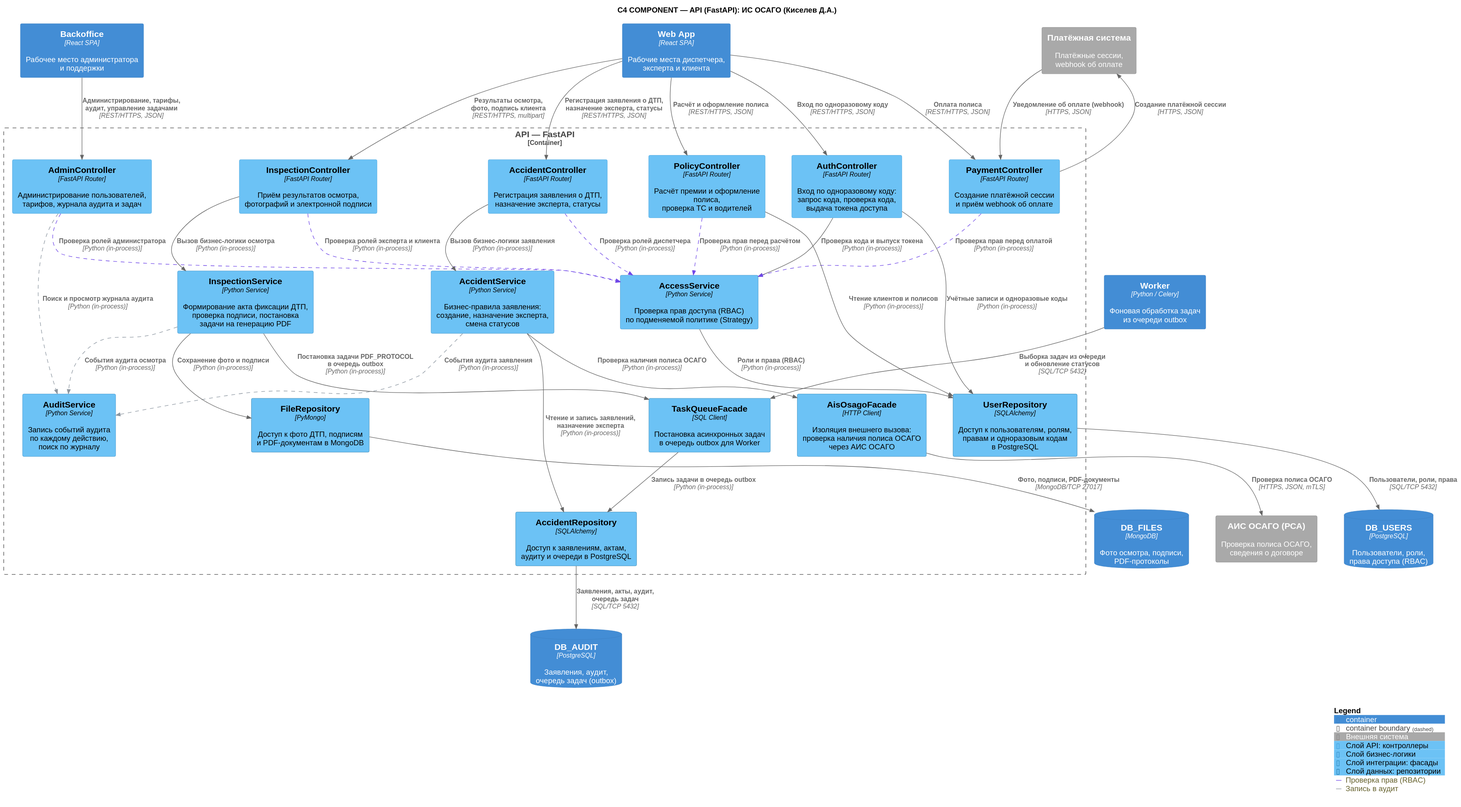
ElectricLight-ELO/Insurance-system keeps this PlantUML diagram as architecture/docs/images/kiselev_api/L3_component.svg. Above is the earlier version. The source it was exported from:
```plantuml
@startuml
!include ../core/C4_Component.puml

title C4 COMPONENT — API (FastAPI): ИС ОСАГО (Киселев Д.А.)

Container(web_app, "Web App", "React SPA", "Рабочие места диспетчера,\nэксперта и клиента")
Container(backoffice, "Backoffice", "React SPA", "Рабочее место администратора\nи поддержки")
Container(worker, "Worker", "Python / Celery", "Фоновая обработка задач\nиз очереди outbox")

Container_Boundary(api, "API — FastAPI") {

    Component(auth_comp, "AuthController", "FastAPI Router", "Вход по одноразовому коду:\nзапрос кода, проверка кода,\nвыдача токена доступа", $tags="layer_api")
    Component(access_comp, "AccessService", "Python Service", "Проверка прав доступа (RBAC)\nпо подменяемой политике (Strategy)", $tags="layer_service")
    Component(policy_comp, "PolicyController", "FastAPI Router", "Расчёт премии и оформление полиса,\nпроверка ТС и водителей", $tags="layer_api")
    Component(payment_comp, "PaymentController", "FastAPI Router", "Создание платёжной сессии\nи приём webhook об оплате", $tags="layer_api")
    Component(accident_comp, "AccidentController", "FastAPI Router", "Регистрация заявления о ДТП,\nназначение эксперта, статусы", $tags="layer_api")
    Component(inspection_comp, "InspectionController", "FastAPI Router", "Приём результатов осмотра,\nфотографий и электронной подписи", $tags="layer_api")
    Component(admin_comp, "AdminController", "FastAPI Router", "Администрирование пользователей,\nтарифов, журнала аудита и задач", $tags="layer_api")

    Component(claim_service, "AccidentService", "Python Service", "Бизнес-правила заявления:\nсоздание, назначение эксперта,\nсмена статусов", $tags="layer_service")
    Component(inspection_service, "InspectionService", "Python Service", "Формирование акта фиксации ДТП,\nпроверка подписи, постановка\nзадачи на генерацию PDF", $tags="layer_service")
    Component(audit_comp, "AuditService", "Python Service", "Запись событий аудита\nпо каждому действию,\nпоиск по журналу", $tags="layer_service")
    Component(task_queue_comp, "TaskQueueFacade", "SQL Client", "Постановка асинхронных задач\nв очередь outbox для Worker", $tags="layer_integration")
    Component(ais_gateway, "AisOsagoFacade", "HTTP Client", "Изоляция внешнего вызова:\nпроверка наличия полиса ОСАГО\nчерез АИС ОСАГО", $tags="layer_integration")

    Component(users_repo, "UserRepository", "SQLAlchemy", "Доступ к пользователям, ролям,\nправам и одноразовым кодам\nв PostgreSQL", $tags="layer_data")
    Component(claims_repo, "AccidentRepository", "SQLAlchemy", "Доступ к заявлениям, актам,\naудиту и очереди в PostgreSQL", $tags="layer_data")
    Component(files_repo, "FileRepository", "PyMongo", "Доступ к фото ДТП, подписям\nи PDF-документам в MongoDB", $tags="layer_data")
}

ContainerDb(db_users, "DB_USERS", "PostgreSQL", "Пользователи, роли,\nправа доступа (RBAC)")
ContainerDb(db_audit, "DB_AUDIT", "PostgreSQL", "Заявления, аудит,\nочередь задач (outbox)")
ContainerDb(db_files, "DB_FILES", "MongoDB", "Фото осмотра, подписи,\nPDF-протоколы")

System_Ext(ais_osago, "АИС ОСАГО (РСА)", "Проверка полиса ОСАГО,\nсведения о договоре", $tags="ext")
System_Ext(payment_sys, "Платёжная система", "Платёжные сессии,\nwebhook об оплате", $tags="ext")

Rel(web_app, auth_comp, "Вход по одноразовому коду", "REST/HTTPS, JSON")
Rel(web_app, policy_comp, "Расчёт и оформление полиса", "REST/HTTPS, JSON")
Rel(web_app, payment_comp, "Оплата полиса", "REST/HTTPS, JSON")
Rel(web_app, accident_comp, "Регистрация заявления о ДТП,\nназначение эксперта, статусы", "REST/HTTPS, JSON")
Rel(web_app, inspection_comp, "Результаты осмотра,\nфото, подпись клиента", "REST/HTTPS, multipart")
Rel(backoffice, admin_comp, "Администрирование, тарифы,\nаудит, управление задачами", "REST/HTTPS, JSON")

Rel(auth_comp, access_comp, "Проверка кода и выпуск токена", "Python (in-process)")
Rel(policy_comp, access_comp, "Проверка прав перед расчётом", "Python (in-process)", $tags="rbac")
Rel(payment_comp, access_comp, "Проверка прав перед оплатой", "Python (in-process)", $tags="rbac")
Rel(accident_comp, access_comp, "Проверка ролей диспетчера", "Python (in-process)", $tags="rbac")
Rel(inspection_comp, access_comp, "Проверка ролей эксперта и клиента", "Python (in-process)", $tags="rbac")
Rel(admin_comp, access_comp, "Проверка ролей администратора", "Python (in-process)", $tags="rbac")

Rel(accident_comp, claim_service, "Вызов бизнес-логики заявления", "Python (in-process)")
Rel(inspection_comp, inspection_service, "Вызов бизнес-логики осмотра", "Python (in-process)")
Rel(admin_comp, audit_comp, "Поиск и просмотр журнала аудита", "Python (in-process)", $tags="audit")

Rel(claim_service, ais_gateway, "Проверка наличия полиса ОСАГО", "Python (in-process)")
Rel(claim_service, claims_repo, "Чтение и запись заявлений,\nназначение эксперта", "Python (in-process)")
Rel(claim_service, audit_comp, "События аудита заявления", "Python (in-process)", $tags="audit")
Rel(inspection_service, files_repo, "Сохранение фото и подписи", "Python (in-process)")
Rel(inspection_service, task_queue_comp, "Постановка задачи PDF_PROTOCOL\nв очередь outbox", "Python (in-process)")
Rel(inspection_service, audit_comp, "События аудита осмотра", "Python (in-process)", $tags="audit")

Rel(auth_comp, users_repo, "Учётные записи и одноразовые коды", "Python (in-process)")
Rel(access_comp, users_repo, "Роли и права (RBAC)", "Python (in-process)")
Rel(policy_comp, users_repo, "Чтение клиентов и полисов", "Python (in-process)")
Rel(payment_comp, payment_sys, "Создание платёжной сессии", "HTTPS, JSON")
Rel(payment_sys, payment_comp, "Уведомление об оплате (webhook)", "HTTPS, JSON")
Rel(task_queue_comp, claims_repo, "Запись задачи в очередь outbox", "Python (in-process)")

Rel(claims_repo, db_audit, "Заявления, акты, аудит,\nочередь задач", "SQL/TCP 5432")
Rel(users_repo, db_users, "Пользователи, роли, права", "SQL/TCP 5432")
Rel(files_repo, db_files, "Фото, подписи, PDF-документы", "MongoDB/TCP 27017")
Rel(ais_gateway, ais_osago, "Проверка полиса ОСАГО", "HTTPS, JSON, mTLS")
Rel(worker, task_queue_comp, "Выборка задач из очереди\nи обновление статусов", "SQL/TCP 5432")

SHOW_LEGEND()
@enduml
```
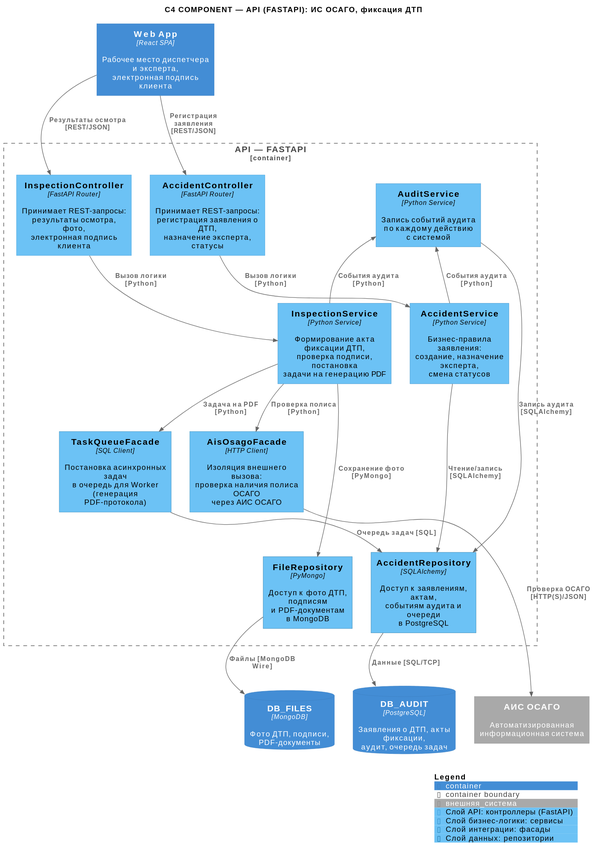
The same diagram one commit later.

The edit, as a diff of the source:
```diff
@@ -1,77 +1,102 @@
 @startuml
-!include ../core/C4_Component.puml
+!include https://raw.githubusercontent.com/plantuml-stdlib/C4-PlantUML/master/C4_Component.puml
 
-title C4 COMPONENT — API (FastAPI): ИС ОСАГО (Киселев Д.А.)
+title C4 COMPONENT — API (FASTAPI): ИС ОСАГО, фиксация ДТП
 
-Container(web_app, "Web App", "React SPA", "Рабочие места диспетчера,\nэксперта и клиента")
-Container(backoffice, "Backoffice", "React SPA", "Рабочее место администратора\nи поддержки")
-Container(worker, "Worker", "Python / Celery", "Фоновая обработка задач\nиз очереди outbox")
+AddSystemTag("внешняя_система", $bgColor="#A9A9A9", $borderColor="#8A8A8A", $fontColor="#FFFFFF")
 
-Container_Boundary(api, "API — FastAPI") {
+AddComponentTag("api", $bgColor="#6cc2f5", $borderColor="#3A9BD8", $fontColor="#000000", $legendText="Слой API: контроллеры (FastAPI)")
+AddComponentTag("service", $bgColor="#6cc2f5", $borderColor="#2E86C1", $fontColor="#000000", $legendText="Слой бизнес-логики: сервисы")
+AddComponentTag("integration", $bgColor="#6cc2f5", $borderColor="#247FB0", $fontColor="#000000", $legendText="Слой интеграции: фасады")
+AddComponentTag("data", $bgColor="#6cc2f5", $borderColor="#1B6E9C", $fontColor="#000000", $legendText="Слой данных: репозитории")
 
-    Component(auth_comp, "AuthController", "FastAPI Router", "Вход по одноразовому коду:\nзапрос кода, проверка кода,\nвыдача токена доступа", $tags="layer_api")
-    Component(access_comp, "AccessService", "Python Service", "Проверка прав доступа (RBAC)\nпо подменяемой политике (Strategy)", $tags="layer_service")
-    Component(policy_comp, "PolicyController", "FastAPI Router", "Расчёт премии и оформление полиса,\nпроверка ТС и водителей", $tags="layer_api")
-    Component(payment_comp, "PaymentController", "FastAPI Router", "Создание платёжной сессии\nи приём webhook об оплате", $tags="layer_api")
-    Component(accident_comp, "AccidentController", "FastAPI Router", "Регистрация заявления о ДТП,\nназначение эксперта, статусы", $tags="layer_api")
-    Component(inspection_comp, "InspectionController", "FastAPI Router", "Приём результатов осмотра,\nфотографий и электронной подписи", $tags="layer_api")
-    Component(admin_comp, "AdminController", "FastAPI Router", "Администрирование пользователей,\nтарифов, журнала аудита и задач", $tags="layer_api")
+Container(web_app, "Web App", "React SPA", "Рабочее место диспетчера и эксперта,\nэлектронная подпись клиента")
 
-    Component(claim_service, "AccidentService", "Python Service", "Бизнес-правила заявления:\nсоздание, назначение эксперта,\nсмена статусов", $tags="layer_service")
-    Component(inspection_service, "InspectionService", "Python Service", "Формирование акта фиксации ДТП,\nпроверка подписи, постановка\nзадачи на генерацию PDF", $tags="layer_service")
-    Component(audit_comp, "AuditService", "Python Service", "Запись событий аудита\nпо каждому действию,\nпоиск по журналу", $tags="layer_service")
-    Component(task_queue_comp, "TaskQueueFacade", "SQL Client", "Постановка асинхронных задач\nв очередь outbox для Worker", $tags="layer_integration")
-    Component(ais_gateway, "AisOsagoFacade", "HTTP Client", "Изоляция внешнего вызова:\nпроверка наличия полиса ОСАГО\nчерез АИС ОСАГО", $tags="layer_integration")
+Container_Boundary(api, "API — FASTAPI") {
 
-    Component(users_repo, "UserRepository", "SQLAlchemy", "Доступ к пользователям, ролям,\nправам и одноразовым кодам\nв PostgreSQL", $tags="layer_data")
-    Component(claims_repo, "AccidentRepository", "SQLAlchemy", "Доступ к заявлениям, актам,\naудиту и очереди в PostgreSQL", $tags="layer_data")
-    Component(files_repo, "FileRepository", "PyMongo", "Доступ к фото ДТП, подписям\nи PDF-документам в MongoDB", $tags="layer_data")
+    together {
+        Component(c_insp, "InspectionController", "FastAPI Router", "Принимает REST-запросы:\nрезультаты осмотра, фото,\nэлектронная подпись клиента", $tags="api")
+        Component(c_acc, "AccidentController", "FastAPI Router", "Принимает REST-запросы:\nрегистрация заявления о ДТП,\nназначение эксперта, статусы", $tags="api")
+    }
+
+    together {
+        Component(s_audit, "AuditService", "Python Service", "Запись событий аудита\nпо каждому действию\nс системой", $tags="service")
+        Component(s_insp, "InspectionService", "Python Service", "Формирование акта фиксации ДТП,\nпроверка подписи, постановка\nзадачи на генерацию PDF", $tags="service")
+        Component(s_acc, "AccidentService", "Python Service", "Бизнес-правила заявления:\nсоздание, назначение эксперта,\nсмена статусов", $tags="service")
+    }
+
+    together {
+        Component(f_task, "TaskQueueFacade", "SQL Client", "Постановка асинхронных задач\nв очередь для Worker\n(генерация PDF-протокола)", $tags="integration")
+        Component(f_ais, "AisOsagoFacade", "HTTP Client", "Изоляция внешнего вызова:\nпроверка наличия полиса ОСАГО\nчерез АИС ОСАГО", $tags="integration")
+    }
+
+    together {
+        Component(r_acc, "AccidentRepository", "SQLAlchemy", "Доступ к заявлениям, актам,\nсобытиям аудита и очереди\nв PostgreSQL", $tags="data")
+        Component(r_file, "FileRepository", "PyMongo", "Доступ к фото ДТП, подписям\nи PDF-документам\nв MongoDB", $tags="data")
+    }
 }
 
-ContainerDb(db_users, "DB_USERS", "PostgreSQL", "Пользователи, роли,\nправа доступа (RBAC)")
-ContainerDb(db_audit, "DB_AUDIT", "PostgreSQL", "Заявления, аудит,\nочередь задач (outbox)")
-ContainerDb(db_files, "DB_FILES", "MongoDB", "Фото осмотра, подписи,\nPDF-протоколы")
+together {
+    ContainerDb(db_audit, "DB_AUDIT", "PostgreSQL", "Заявления о ДТП, акты фиксации,\nаудит, очередь задач")
+    ContainerDb(db_files, "DB_FILES", "MongoDB", "Фото ДТП, подписи,\nPDF-документы")
+}
+together {
+    System_Ext(ais_osago, "АИС ОСАГО", "Автоматизированная информационная система", $tags="внешняя_система")
+}
 
-System_Ext(ais_osago, "АИС ОСАГО (РСА)", "Проверка полиса ОСАГО,\nсведения о договоре", $tags="ext")
-System_Ext(payment_sys, "Платёжная система", "Платёжные сессии,\nwebhook об оплате", $tags="ext")
 
-Rel(web_app, auth_comp, "Вход по одноразовому коду", "REST/HTTPS, JSON")
-Rel(web_app, policy_comp, "Расчёт и оформление полиса", "REST/HTTPS, JSON")
-Rel(web_app, payment_comp, "Оплата полиса", "REST/HTTPS, JSON")
-Rel(web_app, accident_comp, "Регистрация заявления о ДТП,\nназначение эксперта, статусы", "REST/HTTPS, JSON")
-Rel(web_app, inspection_comp, "Результаты осмотра,\nфото, подпись клиента", "REST/HTTPS, multipart")
-Rel(backoffice, admin_comp, "Администрирование, тарифы,\nаудит, управление задачами", "REST/HTTPS, JSON")
+Rel(web_app, c_insp, "Результаты осмотра [REST/JSON]")
+Rel(web_app, c_acc, "Регистрация заявления [REST/JSON]")
 
-Rel(auth_comp, access_comp, "Проверка кода и выпуск токена", "Python (in-process)")
-Rel(policy_comp, access_comp, "Проверка прав перед расчётом", "Python (in-process)", $tags="rbac")
-Rel(payment_comp, access_comp, "Проверка прав перед оплатой", "Python (in-process)", $tags="rbac")
-Rel(accident_comp, access_comp, "Проверка ролей диспетчера", "Python (in-process)", $tags="rbac")
-Rel(inspection_comp, access_comp, "Проверка ролей эксперта и клиента", "Python (in-process)", $tags="rbac")
-Rel(admin_comp, access_comp, "Проверка ролей администратора", "Python (in-process)", $tags="rbac")
+Rel(c_insp, s_insp, "Вызов логики [Python]")
+Rel(c_acc, s_acc, "Вызов логики [Python]")
 
-Rel(accident_comp, claim_service, "Вызов бизнес-логики заявления", "Python (in-process)")
-Rel(inspection_comp, inspection_service, "Вызов бизнес-логики осмотра", "Python (in-process)")
-Rel(admin_comp, audit_comp, "Поиск и просмотр журнала аудита", "Python (in-process)", $tags="audit")
+Rel(s_insp, s_audit, "События аудита [Python]")
+Rel(s_acc, s_audit, "События аудита [Python]")
 
-Rel(claim_service, ais_gateway, "Проверка наличия полиса ОСАГО", "Python (in-process)")
-Rel(claim_service, claims_repo, "Чтение и запись заявлений,\nназначение эксперта", "Python (in-process)")
-Rel(claim_service, audit_comp, "События аудита заявления", "Python (in-process)", $tags="audit")
-Rel(inspection_service, files_repo, "Сохранение фото и подписи", "Python (in-process)")
-Rel(inspection_service, task_queue_comp, "Постановка задачи PDF_PROTOCOL\nв очередь outbox", "Python (in-process)")
-Rel(inspection_service, audit_comp, "События аудита осмотра", "Python (in-process)", $tags="audit")
+Rel(s_insp, f_task, "Задача на PDF [Python]")
+Rel(s_insp, f_ais, "Проверка полиса [Python]")
 
-Rel(auth_comp, users_repo, "Учётные записи и одноразовые коды", "Python (in-process)")
-Rel(access_comp, users_repo, "Роли и права (RBAC)", "Python (in-process)")
-Rel(policy_comp, users_repo, "Чтение клиентов и полисов", "Python (in-process)")
-Rel(payment_comp, payment_sys, "Создание платёжной сессии", "HTTPS, JSON")
-Rel(payment_sys, payment_comp, "Уведомление об оплате (webhook)", "HTTPS, JSON")
-Rel(task_queue_comp, claims_repo, "Запись задачи в очередь outbox", "Python (in-process)")
+Rel(s_acc, r_acc, "Чтение/запись [SQLAlchemy]")
+Rel(s_insp, r_file, "Сохранение фото [PyMongo]")
+Rel(s_audit, r_acc, "Запись аудита [SQLAlchemy]")
 
-Rel(claims_repo, db_audit, "Заявления, акты, аудит,\nочередь задач", "SQL/TCP 5432")
-Rel(users_repo, db_users, "Пользователи, роли, права", "SQL/TCP 5432")
-Rel(files_repo, db_files, "Фото, подписи, PDF-документы", "MongoDB/TCP 27017")
-Rel(ais_gateway, ais_osago, "Проверка полиса ОСАГО", "HTTPS, JSON, mTLS")
-Rel(worker, task_queue_comp, "Выборка задач из очереди\nи обновление статусов", "SQL/TCP 5432")
+Rel(f_task, r_acc, "Очередь задач [SQL]")
+
+Rel(r_acc, db_audit, "Данные [SQL/TCP]")
+Rel(r_file, db_files, "Файлы [MongoDB Wire]")
+
+Rel(f_ais, ais_osago, "Проверка ОСАГО [HTTP(S)/JSON]")
+
+
+c_insp -[hidden]right- c_acc
+
+s_audit -[hidden]right- s_insp
+s_insp -[hidden]right- s_acc
+
+f_task -[hidden]right- f_ais
+
+
+r_acc -[hidden]right- r_file
+
+db_audit -[hidden]right- db_files
+db_files -[hidden]right- ais_osago
+
+
+c_insp -[hidden]down- s_insp
+c_acc -[hidden]down- s_acc
+
+s_insp -[hidden]down- f_task
+s_acc -[hidden]down- f_ais
+
+f_task -[hidden]down- r_acc
+f_ais -[hidden]down- r_file
+
+r_acc -[hidden]down- db_audit
+r_file -[hidden]down- db_files
+
+web_app -[hidden]down- c_insp
+web_app -[hidden]down- c_acc
 
 SHOW_LEGEND()
 @enduml
```
